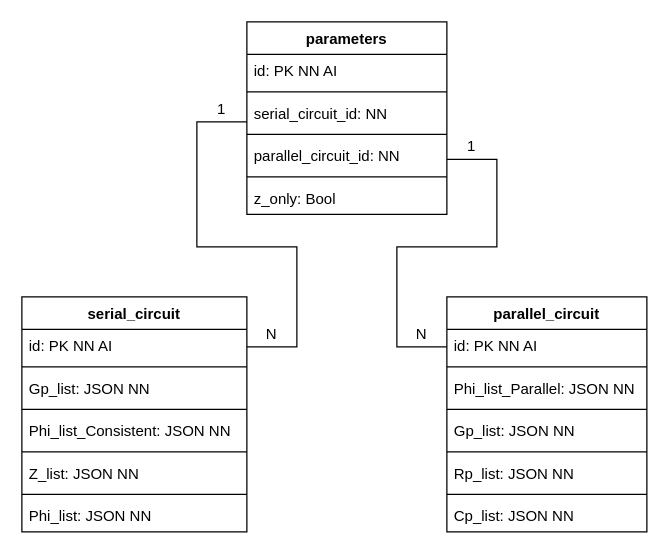
Earlier version of the draw.io diagram Documentation/Mikhail/Charts/ER Диаграмма.drawio (HeisPovedim/diplom-P419-E7-30). Source tidied: cells renumbered, new cells numbered last; positions are measured from the earlier drawing's top-left corner, leaving out a move shared by most shapes. Both pictures are drawn from the tidied source at 125%, with x=0, y=0 at pixel (21, 21).
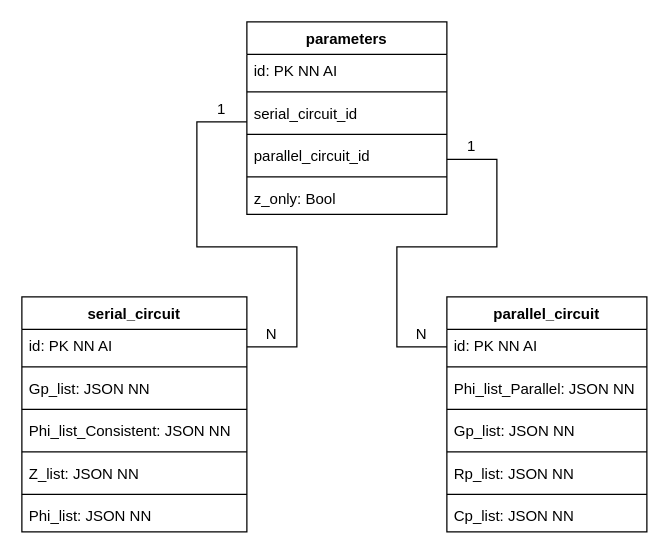
Above is the later version.

Unchanged cells that the change refers to:
```xml
<mxCell id="22" value="parameters" style="swimlane;fontStyle=1;align=center;verticalAlign=top;horizontal=1;startSize=26;whiteSpace=wrap;html=1;" parent="1" vertex="1">
  <mxGeometry x="180" width="160" height="154" as="geometry" />
</mxCell>
```

Change to the diagram source:
```diff
@@
-    <mxCell id="25" value="serial_circuit_id: NN" style="text;align=left;verticalAlign=top;spacingLeft=4;spacingRight=4;overflow=hidden;points=[[0,0.5],[1,0.5]];portConstraint=eastwest;whiteSpace=wrap;html=1;" parent="22" vertex="1">
+    <mxCell id="25" value="serial_circuit_id" style="text;align=left;verticalAlign=top;spacingLeft=4;spacingRight=4;overflow=hidden;points=[[0,0.5],[1,0.5]];portConstraint=eastwest;whiteSpace=wrap;html=1;" parent="22" vertex="1">
       <mxGeometry y="60" width="160" height="26" as="geometry" />
     </mxCell>
@@
-    <mxCell id="27" value="parallel_circuit_id: NN" style="text;align=left;verticalAlign=top;spacingLeft=4;spacingRight=4;overflow=hidden;whiteSpace=wrap;html=1;" parent="22" vertex="1">
+    <mxCell id="27" value="parallel_circuit_id" style="text;align=left;verticalAlign=top;spacingLeft=4;spacingRight=4;overflow=hidden;whiteSpace=wrap;html=1;" parent="22" vertex="1">
       <mxGeometry y="94" width="160" height="26" as="geometry" />
     </mxCell>
```
